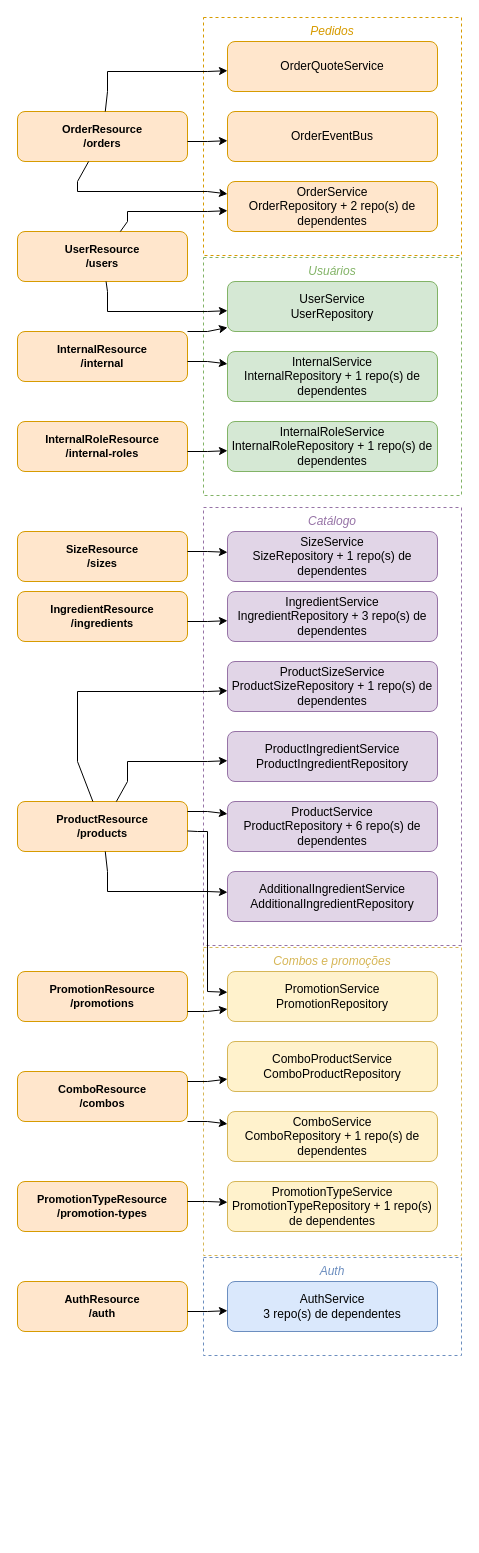
This is page "Resources → services" (2 of 3) of docs/diagrams/resources.drawio from doda-s/nippon-ten, a draw.io file, before an edit. Source tidied: cells renumbered, new cells numbered last; positions are measured from the earlier drawing's top-left corner, leaving out a move shared by most shapes. Both pictures are drawn from the tidied source at 100%, with x=0, y=0 at pixel (17, 17).
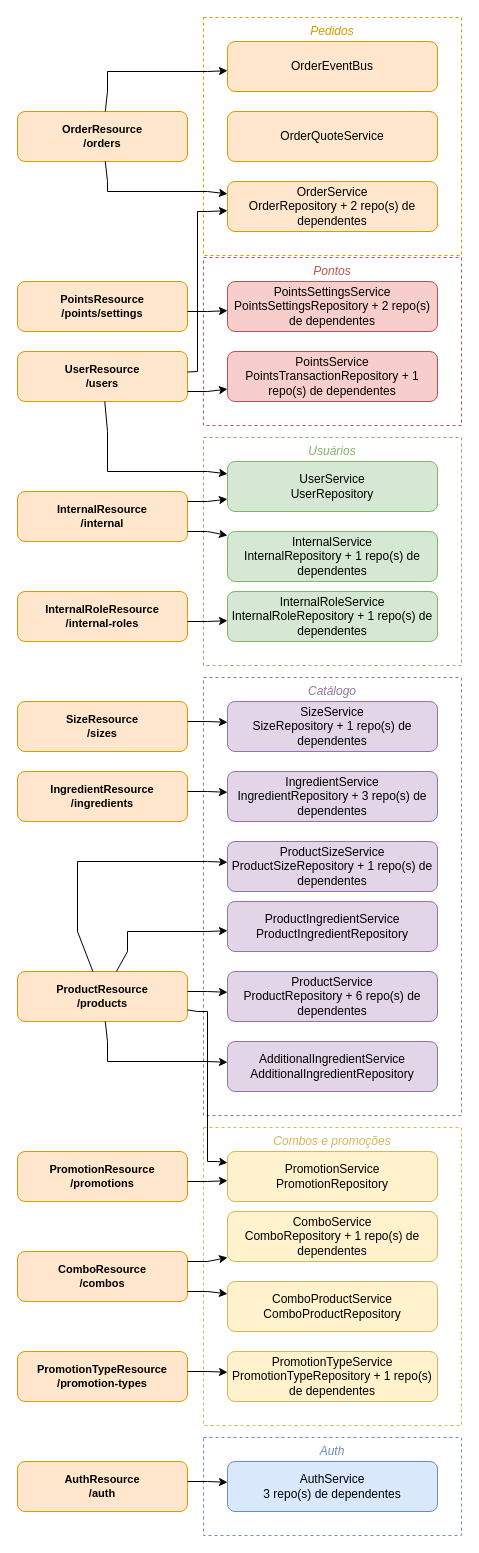
The same page after the edit.

The change refers to these unchanged cells:
```xml
<mxCell id="5" value="Pedidos" style="rounded=0;whiteSpace=wrap;html=1;fillColor=none;strokeColor=#d79b00;fontColor=#d79b00;verticalAlign=top;fontStyle=2;dashed=1;" parent="1" vertex="1">
  <mxGeometry x="186" width="258" height="238" as="geometry" />
</mxCell>
<mxCell id="17" value="OrderResource&#10;/orders" style="rounded=1;whiteSpace=wrap;html=1;fontSize=11;fillColor=#ffe6cc;strokeColor=#d79b00;fontStyle=1;" parent="1" vertex="1">
  <mxGeometry y="94" width="170" height="50" as="geometry" />
</mxCell>
<mxCell id="18" value="AuthService&#10;3 repo(s) de dependentes" style="rounded=1;whiteSpace=wrap;html=1;fillColor=#dae8fc;strokeColor=#6c8ebf;" parent="2" vertex="1">
  <mxGeometry x="24" y="24" width="210" height="50" as="geometry" />
</mxCell>
<mxCell id="20" value="OrderService&#10;OrderRepository + 2 repo(s) de dependentes" style="rounded=1;whiteSpace=wrap;html=1;fillColor=#ffe6cc;strokeColor=#d79b00;" parent="5" vertex="1">
  <mxGeometry x="24" y="164" width="210" height="50" as="geometry" />
</mxCell>
<mxCell id="23" value="ProductService&#10;ProductRepository + 6 repo(s) de dependentes" style="rounded=1;whiteSpace=wrap;html=1;fillColor=#e1d5e7;strokeColor=#9673a6;" parent="3" vertex="1">
  <mxGeometry x="24" y="294" width="210" height="50" as="geometry" />
</mxCell>
<mxCell id="24" value="ProductIngredientService&#10;ProductIngredientRepository" style="rounded=1;whiteSpace=wrap;html=1;fillColor=#e1d5e7;strokeColor=#9673a6;" parent="3" vertex="1">
  <mxGeometry x="24" y="224" width="210" height="50" as="geometry" />
</mxCell>
<mxCell id="26" value="AdditionalIngredientService&#10;AdditionalIngredientRepository" style="rounded=1;whiteSpace=wrap;html=1;fillColor=#e1d5e7;strokeColor=#9673a6;" parent="3" vertex="1">
  <mxGeometry x="24" y="364" width="210" height="50" as="geometry" />
</mxCell>
<mxCell id="27" value="PromotionService&#10;PromotionRepository" style="rounded=1;whiteSpace=wrap;html=1;fillColor=#fff2cc;strokeColor=#d6b656;" parent="4" vertex="1">
  <mxGeometry x="24" y="24" width="210" height="50" as="geometry" />
</mxCell>
<mxCell id="28" value="SizeService&#10;SizeRepository + 1 repo(s) de dependentes" style="rounded=1;whiteSpace=wrap;html=1;fillColor=#e1d5e7;strokeColor=#9673a6;" parent="3" vertex="1">
  <mxGeometry x="24" y="24" width="210" height="50" as="geometry" />
</mxCell>
```

Change to the diagram source:
```diff
@@
     <mxCell id="2" value="Auth" style="rounded=0;whiteSpace=wrap;html=1;fillColor=none;strokeColor=#6c8ebf;fontColor=#6c8ebf;verticalAlign=top;fontStyle=2;dashed=1;" parent="1" vertex="1">
-      <mxGeometry x="186" y="1240" width="258" height="98" as="geometry" />
+      <mxGeometry x="186" y="1420" width="258" height="98" as="geometry" />
     </mxCell>
     <mxCell id="3" value="Catálogo" style="rounded=0;whiteSpace=wrap;html=1;fillColor=none;strokeColor=#9673a6;fontColor=#9673a6;verticalAlign=top;fontStyle=2;dashed=1;" parent="1" vertex="1">
-      <mxGeometry x="186" y="490" width="258" height="438" as="geometry" />
+      <mxGeometry x="186" y="660" width="258" height="438" as="geometry" />
     </mxCell>
     <mxCell id="4" value="Combos e promoções" style="rounded=0;whiteSpace=wrap;html=1;fillColor=none;strokeColor=#d6b656;fontColor=#d6b656;verticalAlign=top;fontStyle=2;dashed=1;" parent="1" vertex="1">
-      <mxGeometry x="186" y="930" width="258" height="308" as="geometry" />
+      <mxGeometry x="186" y="1110" width="258" height="298" as="geometry" />
     </mxCell>
@@
-    <mxCell id="6" value="Usuários" style="rounded=0;whiteSpace=wrap;html=1;fillColor=none;strokeColor=#82b366;fontColor=#82b366;verticalAlign=top;fontStyle=2;dashed=1;" parent="1" vertex="1">
-      <mxGeometry x="186" y="240" width="258" height="238" as="geometry" />
+    <mxCell id="6" value="Pontos" style="rounded=0;whiteSpace=wrap;html=1;fillColor=none;strokeColor=#b85450;fontColor=#b85450;verticalAlign=top;fontStyle=2;dashed=1;" parent="1" vertex="1">
+      <mxGeometry x="186" y="240" width="258" height="168" as="geometry" />
     </mxCell>
+    <mxCell id="55" value="Usuários" style="rounded=0;whiteSpace=wrap;html=1;fillColor=none;strokeColor=#82b366;fontColor=#82b366;verticalAlign=top;fontStyle=2;dashed=1;" parent="1" vertex="1">
+      <mxGeometry x="186" y="420" width="258" height="228" as="geometry" />
+    </mxCell>
     <mxCell id="7" value="AuthResource&#10;/auth" style="rounded=1;whiteSpace=wrap;html=1;fontSize=11;fillColor=#ffe6cc;strokeColor=#d79b00;fontStyle=1;" parent="1" vertex="1">
-      <mxGeometry y="1264" width="170" height="50" as="geometry" />
+      <mxGeometry y="1444" width="170" height="50" as="geometry" />
     </mxCell>
     <mxCell id="8" value="UserResource&#10;/users" style="rounded=1;whiteSpace=wrap;html=1;fontSize=11;fillColor=#ffe6cc;strokeColor=#d79b00;fontStyle=1;" parent="1" vertex="1">
-      <mxGeometry y="214" width="170" height="50" as="geometry" />
+      <mxGeometry y="334" width="170" height="50" as="geometry" />
     </mxCell>
     <mxCell id="9" value="InternalResource&#10;/internal" style="rounded=1;whiteSpace=wrap;html=1;fontSize=11;fillColor=#ffe6cc;strokeColor=#d79b00;fontStyle=1;" parent="1" vertex="1">
-      <mxGeometry y="314" width="170" height="50" as="geometry" />
+      <mxGeometry y="474" width="170" height="50" as="geometry" />
     </mxCell>
     <mxCell id="10" value="InternalRoleResource&#10;/internal-roles" style="rounded=1;whiteSpace=wrap;html=1;fontSize=11;fillColor=#ffe6cc;strokeColor=#d79b00;fontStyle=1;" parent="1" vertex="1">
-      <mxGeometry y="404" width="170" height="50" as="geometry" />
+      <mxGeometry y="574" width="170" height="50" as="geometry" />
     </mxCell>
     <mxCell id="11" value="ProductResource&#10;/products" style="rounded=1;whiteSpace=wrap;html=1;fontSize=11;fillColor=#ffe6cc;strokeColor=#d79b00;fontStyle=1;" parent="1" vertex="1">
-      <mxGeometry y="784" width="170" height="50" as="geometry" />
+      <mxGeometry y="954" width="170" height="50" as="geometry" />
     </mxCell>
     <mxCell id="12" value="SizeResource&#10;/sizes" style="rounded=1;whiteSpace=wrap;html=1;fontSize=11;fillColor=#ffe6cc;strokeColor=#d79b00;fontStyle=1;" parent="1" vertex="1">
-      <mxGeometry y="514" width="170" height="50" as="geometry" />
+      <mxGeometry y="684" width="170" height="50" as="geometry" />
     </mxCell>
     <mxCell id="13" value="IngredientResource&#10;/ingredients" style="rounded=1;whiteSpace=wrap;html=1;fontSize=11;fillColor=#ffe6cc;strokeColor=#d79b00;fontStyle=1;" parent="1" vertex="1">
-      <mxGeometry y="574" width="170" height="50" as="geometry" />
+      <mxGeometry y="754" width="170" height="50" as="geometry" />
     </mxCell>
     <mxCell id="14" value="ComboResource&#10;/combos" style="rounded=1;whiteSpace=wrap;html=1;fontSize=11;fillColor=#ffe6cc;strokeColor=#d79b00;fontStyle=1;" parent="1" vertex="1">
-      <mxGeometry y="1054" width="170" height="50" as="geometry" />
+      <mxGeometry y="1234" width="170" height="50" as="geometry" />
     </mxCell>
     <mxCell id="15" value="PromotionResource&#10;/promotions" style="rounded=1;whiteSpace=wrap;html=1;fontSize=11;fillColor=#ffe6cc;strokeColor=#d79b00;fontStyle=1;" parent="1" vertex="1">
-      <mxGeometry y="954" width="170" height="50" as="geometry" />
+      <mxGeometry y="1134" width="170" height="50" as="geometry" />
     </mxCell>
     <mxCell id="16" value="PromotionTypeResource&#10;/promotion-types" style="rounded=1;whiteSpace=wrap;html=1;fontSize=11;fillColor=#ffe6cc;strokeColor=#d79b00;fontStyle=1;" parent="1" vertex="1">
-      <mxGeometry y="1164" width="170" height="50" as="geometry" />
+      <mxGeometry y="1334" width="170" height="50" as="geometry" />
     </mxCell>
@@
-    <mxCell id="19" value="UserService&#10;UserRepository" style="rounded=1;whiteSpace=wrap;html=1;fillColor=#d5e8d4;strokeColor=#82b366;" parent="6" vertex="1">
+    <mxCell id="19" value="UserService&#10;UserRepository" style="rounded=1;whiteSpace=wrap;html=1;fillColor=#d5e8d4;strokeColor=#82b366;" parent="55" vertex="1">
       <mxGeometry x="24" y="24" width="210" height="50" as="geometry" />
     </mxCell>
@@
-    <mxCell id="21" value="InternalService&#10;InternalRepository + 1 repo(s) de dependentes" style="rounded=1;whiteSpace=wrap;html=1;fillColor=#d5e8d4;strokeColor=#82b366;" parent="6" vertex="1">
+    <mxCell id="21" value="InternalService&#10;InternalRepository + 1 repo(s) de dependentes" style="rounded=1;whiteSpace=wrap;html=1;fillColor=#d5e8d4;strokeColor=#82b366;" parent="55" vertex="1">
       <mxGeometry x="24" y="94" width="210" height="50" as="geometry" />
     </mxCell>
-    <mxCell id="22" value="InternalRoleService&#10;InternalRoleRepository + 1 repo(s) de dependentes" style="rounded=1;whiteSpace=wrap;html=1;fillColor=#d5e8d4;strokeColor=#82b366;" parent="6" vertex="1">
-      <mxGeometry x="24" y="164" width="210" height="50" as="geometry" />
+    <mxCell id="22" value="InternalRoleService&#10;InternalRoleRepository + 1 repo(s) de dependentes" style="rounded=1;whiteSpace=wrap;html=1;fillColor=#d5e8d4;strokeColor=#82b366;" parent="55" vertex="1">
+      <mxGeometry x="24" y="154" width="210" height="50" as="geometry" />
     </mxCell>
@@
     <mxCell id="25" value="ProductSizeService&#10;ProductSizeRepository + 1 repo(s) de dependentes" style="rounded=1;whiteSpace=wrap;html=1;fillColor=#e1d5e7;strokeColor=#9673a6;" parent="3" vertex="1">
-      <mxGeometry x="24" y="154" width="210" height="50" as="geometry" />
+      <mxGeometry x="24" y="164" width="210" height="50" as="geometry" />
     </mxCell>
@@
     <mxCell id="29" value="IngredientService&#10;IngredientRepository + 3 repo(s) de dependentes" style="rounded=1;whiteSpace=wrap;html=1;fillColor=#e1d5e7;strokeColor=#9673a6;" parent="3" vertex="1">
-      <mxGeometry x="24" y="84" width="210" height="50" as="geometry" />
+      <mxGeometry x="24" y="94" width="210" height="50" as="geometry" />
     </mxCell>
     <mxCell id="30" value="ComboService&#10;ComboRepository + 1 repo(s) de dependentes" style="rounded=1;whiteSpace=wrap;html=1;fillColor=#fff2cc;strokeColor=#d6b656;" parent="4" vertex="1">
-      <mxGeometry x="24" y="164" width="210" height="50" as="geometry" />
+      <mxGeometry x="24" y="84" width="210" height="50" as="geometry" />
     </mxCell>
     <mxCell id="31" value="ComboProductService&#10;ComboProductRepository" style="rounded=1;whiteSpace=wrap;html=1;fillColor=#fff2cc;strokeColor=#d6b656;" parent="4" vertex="1">
-      <mxGeometry x="24" y="94" width="210" height="50" as="geometry" />
+      <mxGeometry x="24" y="154" width="210" height="50" as="geometry" />
     </mxCell>
     <mxCell id="32" value="PromotionTypeService&#10;PromotionTypeRepository + 1 repo(s) de dependentes" style="rounded=1;whiteSpace=wrap;html=1;fillColor=#fff2cc;strokeColor=#d6b656;" parent="4" vertex="1">
-      <mxGeometry x="24" y="234" width="210" height="50" as="geometry" />
+      <mxGeometry x="24" y="224" width="210" height="50" as="geometry" />
     </mxCell>
     <mxCell id="33" value="OrderQuoteService" style="rounded=1;whiteSpace=wrap;html=1;fillColor=#ffe6cc;strokeColor=#d79b00;" parent="5" vertex="1">
-      <mxGeometry x="24" y="24" width="210" height="50" as="geometry" />
+      <mxGeometry x="24" y="94" width="210" height="50" as="geometry" />
     </mxCell>
     <mxCell id="34" value="OrderEventBus" style="rounded=1;whiteSpace=wrap;html=1;fillColor=#ffe6cc;strokeColor=#d79b00;" parent="5" vertex="1">
-      <mxGeometry x="24" y="94" width="210" height="50" as="geometry" />
+      <mxGeometry x="24" y="24" width="210" height="50" as="geometry" />
     </mxCell>
+    <mxCell id="56" value="PointsService&#10;PointsTransactionRepository + 1 repo(s) de dependentes" style="rounded=1;whiteSpace=wrap;html=1;fillColor=#f8cecc;strokeColor=#b85450;" parent="6" vertex="1">
+      <mxGeometry x="24" y="94" width="210" height="50" as="geometry" />
+    </mxCell>
+    <mxCell id="57" value="PointsSettingsService&#10;PointsSettingsRepository + 2 repo(s) de dependentes" style="rounded=1;whiteSpace=wrap;html=1;fillColor=#f8cecc;strokeColor=#b85450;" parent="6" vertex="1">
+      <mxGeometry x="24" y="24" width="210" height="50" as="geometry" />
+    </mxCell>
+    <mxCell id="58" value="PointsResource&#10;/points/settings" style="rounded=1;whiteSpace=wrap;html=1;fontSize=11;fillColor=#ffe6cc;strokeColor=#d79b00;fontStyle=1;" parent="1" vertex="1">
+      <mxGeometry y="264" width="170" height="50" as="geometry" />
+    </mxCell>
     <mxCell id="35" style="html=1;rounded=0;" parent="1" edge="1" source="7" target="18">
       <mxGeometry relative="1" as="geometry">
         <Array as="points">
-          <mxPoint x="170" y="1294" />
-          <mxPoint x="190" y="1294" />
+          <mxPoint x="170" y="1464" />
+          <mxPoint x="190" y="1464" />
         </Array>
       </mxGeometry>
     </mxCell>
     <mxCell id="36" style="html=1;rounded=0;" parent="1" edge="1" source="8" target="19">
       <mxGeometry relative="1" as="geometry">
         <Array as="points">
-          <mxPoint x="90" y="274" />
-          <mxPoint x="90" y="294" />
-          <mxPoint x="90" y="294" />
-          <mxPoint x="90" y="294" />
-          <mxPoint x="190" y="294" />
+          <mxPoint x="90" y="414" />
+          <mxPoint x="90" y="454" />
+          <mxPoint x="90" y="454" />
+          <mxPoint x="90" y="454" />
+          <mxPoint x="190" y="454" />
         </Array>
       </mxGeometry>
     </mxCell>
     <mxCell id="37" style="html=1;rounded=0;" parent="1" edge="1" source="8" target="20">
       <mxGeometry relative="1" as="geometry">
         <Array as="points">
-          <mxPoint x="110" y="204" />
-          <mxPoint x="110" y="194" />
-          <mxPoint x="110" y="194" />
-          <mxPoint x="110" y="194" />
+          <mxPoint x="180" y="354" />
+          <mxPoint x="180" y="354" />
+          <mxPoint x="180" y="354" />
+          <mxPoint x="180" y="354" />
+          <mxPoint x="180" y="194" />
+          <mxPoint x="180" y="194" />
+          <mxPoint x="180" y="194" />
           <mxPoint x="190" y="194" />
         </Array>
       </mxGeometry>
     </mxCell>
     <mxCell id="38" style="html=1;rounded=0;" parent="1" edge="1" source="9" target="21">
       <mxGeometry relative="1" as="geometry">
         <Array as="points">
-          <mxPoint x="170" y="344" />
-          <mxPoint x="190" y="344" />
+          <mxPoint x="170" y="514" />
+          <mxPoint x="190" y="514" />
         </Array>
       </mxGeometry>
     </mxCell>
     <mxCell id="39" style="html=1;rounded=0;" parent="1" edge="1" source="9" target="19">
       <mxGeometry relative="1" as="geometry">
         <Array as="points">
-          <mxPoint x="170" y="314" />
-          <mxPoint x="190" y="314" />
+          <mxPoint x="170" y="484" />
+          <mxPoint x="190" y="484" />
         </Array>
       </mxGeometry>
     </mxCell>
     <mxCell id="40" style="html=1;rounded=0;" parent="1" edge="1" source="10" target="22">
       <mxGeometry relative="1" as="geometry">
         <Array as="points">
-          <mxPoint x="170" y="434" />
-          <mxPoint x="190" y="434" />
+          <mxPoint x="170" y="604" />
+          <mxPoint x="190" y="604" />
         </Array>
       </mxGeometry>
     </mxCell>
     <mxCell id="41" style="html=1;rounded=0;" parent="1" edge="1" source="11" target="23">
       <mxGeometry relative="1" as="geometry">
         <Array as="points">
-          <mxPoint x="170" y="794" />
-          <mxPoint x="190" y="794" />
+          <mxPoint x="170" y="974" />
+          <mxPoint x="190" y="974" />
         </Array>
       </mxGeometry>
     </mxCell>
     <mxCell id="42" style="html=1;rounded=0;" parent="1" edge="1" source="11" target="24">
       <mxGeometry relative="1" as="geometry">
         <Array as="points">
-          <mxPoint x="110" y="764" />
-          <mxPoint x="110" y="744" />
-          <mxPoint x="110" y="744" />
-          <mxPoint x="110" y="744" />
-          <mxPoint x="190" y="744" />
+          <mxPoint x="110" y="934" />
+          <mxPoint x="110" y="914" />
+          <mxPoint x="110" y="914" />
+          <mxPoint x="110" y="914" />
+          <mxPoint x="190" y="914" />
         </Array>
       </mxGeometry>
     </mxCell>
     <mxCell id="43" style="html=1;rounded=0;" parent="1" edge="1" source="11" target="25">
       <mxGeometry relative="1" as="geometry">
         <Array as="points">
-          <mxPoint x="60" y="744" />
-          <mxPoint x="60" y="674" />
-          <mxPoint x="60" y="674" />
-          <mxPoint x="60" y="674" />
-          <mxPoint x="190" y="674" />
+          <mxPoint x="60" y="914" />
+          <mxPoint x="60" y="844" />
+          <mxPoint x="60" y="844" />
+          <mxPoint x="60" y="844" />
+          <mxPoint x="190" y="844" />
         </Array>
       </mxGeometry>
     </mxCell>
     <mxCell id="44" style="html=1;rounded=0;" parent="1" edge="1" source="11" target="26">
       <mxGeometry relative="1" as="geometry">
         <Array as="points">
-          <mxPoint x="90" y="854" />
-          <mxPoint x="90" y="874" />
-          <mxPoint x="90" y="874" />
-          <mxPoint x="90" y="874" />
-          <mxPoint x="190" y="874" />
+          <mxPoint x="90" y="1024" />
+          <mxPoint x="90" y="1044" />
+          <mxPoint x="90" y="1044" />
+          <mxPoint x="90" y="1044" />
+          <mxPoint x="190" y="1044" />
         </Array>
       </mxGeometry>
     </mxCell>
     <mxCell id="45" style="html=1;rounded=0;" parent="1" edge="1" source="11" target="27">
       <mxGeometry relative="1" as="geometry">
         <Array as="points">
-          <mxPoint x="180" y="814" />
-          <mxPoint x="190" y="814" />
-          <mxPoint x="190" y="814" />
-          <mxPoint x="190" y="814" />
-          <mxPoint x="190" y="974" />
-          <mxPoint x="190" y="974" />
-          <mxPoint x="190" y="974" />
-          <mxPoint x="190" y="974" />
+          <mxPoint x="180" y="994" />
+          <mxPoint x="190" y="994" />
+          <mxPoint x="190" y="994" />
+          <mxPoint x="190" y="994" />
+          <mxPoint x="190" y="1144" />
+          <mxPoint x="190" y="1144" />
+          <mxPoint x="190" y="1144" />
+          <mxPoint x="200" y="1144" />
         </Array>
       </mxGeometry>
     </mxCell>
     <mxCell id="46" style="html=1;rounded=0;" parent="1" edge="1" source="12" target="28">
       <mxGeometry relative="1" as="geometry">
         <Array as="points">
-          <mxPoint x="170" y="534" />
-          <mxPoint x="190" y="534" />
+          <mxPoint x="170" y="704" />
+          <mxPoint x="190" y="704" />
         </Array>
       </mxGeometry>
     </mxCell>
     <mxCell id="47" style="html=1;rounded=0;" parent="1" edge="1" source="13" target="29">
       <mxGeometry relative="1" as="geometry">
         <Array as="points">
-          <mxPoint x="170" y="604" />
-          <mxPoint x="190" y="604" />
+          <mxPoint x="170" y="774" />
+          <mxPoint x="190" y="774" />
         </Array>
       </mxGeometry>
     </mxCell>
     <mxCell id="48" style="html=1;rounded=0;" parent="1" edge="1" source="14" target="30">
       <mxGeometry relative="1" as="geometry">
         <Array as="points">
-          <mxPoint x="170" y="1104" />
-          <mxPoint x="190" y="1104" />
+          <mxPoint x="170" y="1244" />
+          <mxPoint x="190" y="1244" />
         </Array>
       </mxGeometry>
     </mxCell>
     <mxCell id="49" style="html=1;rounded=0;" parent="1" edge="1" source="14" target="31">
       <mxGeometry relative="1" as="geometry">
         <Array as="points">
-          <mxPoint x="170" y="1064" />
-          <mxPoint x="190" y="1064" />
+          <mxPoint x="170" y="1274" />
+          <mxPoint x="190" y="1274" />
         </Array>
       </mxGeometry>
     </mxCell>
     <mxCell id="50" style="html=1;rounded=0;" parent="1" edge="1" source="15" target="27">
       <mxGeometry relative="1" as="geometry">
         <Array as="points">
-          <mxPoint x="170" y="994" />
-          <mxPoint x="190" y="994" />
+          <mxPoint x="170" y="1164" />
+          <mxPoint x="190" y="1164" />
         </Array>
       </mxGeometry>
     </mxCell>
     <mxCell id="51" style="html=1;rounded=0;" parent="1" edge="1" source="16" target="32">
       <mxGeometry relative="1" as="geometry">
         <Array as="points">
-          <mxPoint x="170" y="1184" />
-          <mxPoint x="190" y="1184" />
+          <mxPoint x="170" y="1354" />
+          <mxPoint x="190" y="1354" />
         </Array>
       </mxGeometry>
     </mxCell>
-    <mxCell id="52" style="html=1;rounded=0;" parent="1" edge="1" source="17" target="33">
+    <mxCell id="52" style="html=1;rounded=0;" parent="1" edge="1" source="17" target="20">
       <mxGeometry relative="1" as="geometry">
         <Array as="points">
-          <mxPoint x="90" y="74" />
-          <mxPoint x="90" y="54" />
-          <mxPoint x="90" y="54" />
-          <mxPoint x="90" y="54" />
-          <mxPoint x="190" y="54" />
+          <mxPoint x="90" y="164" />
+          <mxPoint x="90" y="174" />
+          <mxPoint x="90" y="174" />
+          <mxPoint x="90" y="174" />
+          <mxPoint x="190" y="174" />
         </Array>
       </mxGeometry>
     </mxCell>
-    <mxCell id="53" style="html=1;rounded=0;" parent="1" edge="1" source="17" target="20">
+    <mxCell id="53" style="html=1;rounded=0;" parent="1" edge="1" source="17" target="34">
       <mxGeometry relative="1" as="geometry">
         <Array as="points">
-          <mxPoint x="60" y="164" />
-          <mxPoint x="60" y="174" />
-          <mxPoint x="60" y="174" />
-          <mxPoint x="60" y="174" />
-          <mxPoint x="190" y="174" />
+          <mxPoint x="90" y="74" />
+          <mxPoint x="90" y="54" />
+          <mxPoint x="90" y="54" />
+          <mxPoint x="90" y="54" />
+          <mxPoint x="190" y="54" />
         </Array>
       </mxGeometry>
     </mxCell>
-    <mxCell id="54" style="html=1;rounded=0;" parent="1" edge="1" source="17" target="34">
+    <mxCell id="54" style="html=1;rounded=0;" parent="1" edge="1" source="58" target="57">
       <mxGeometry relative="1" as="geometry">
         <Array as="points">
-          <mxPoint x="170" y="124" />
-          <mxPoint x="190" y="124" />
+          <mxPoint x="170" y="294" />
+          <mxPoint x="190" y="294" />
         </Array>
       </mxGeometry>
     </mxCell>
+    <mxCell id="59" style="html=1;rounded=0;" parent="1" edge="1" source="8" target="56">
+      <mxGeometry relative="1" as="geometry">
+        <Array as="points">
+          <mxPoint x="170" y="374" />
+          <mxPoint x="190" y="374" />
+        </Array>
+      </mxGeometry>
+    </mxCell>
```
